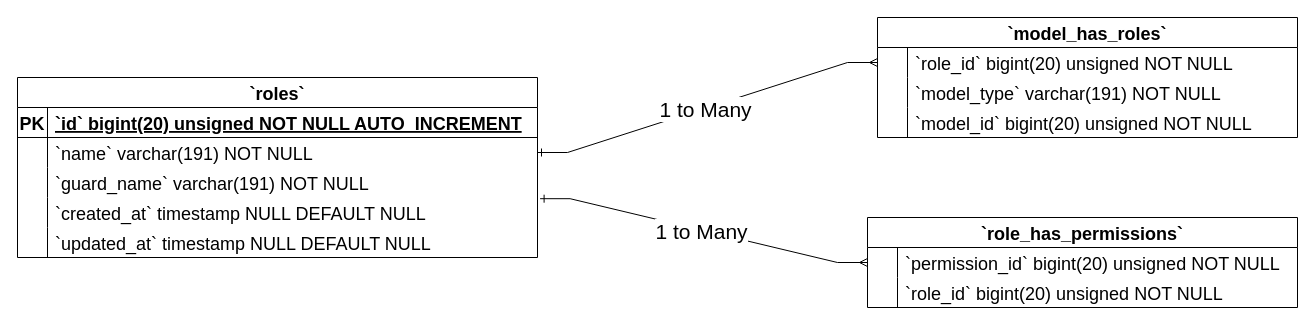
Before: Roles ERD Diagram.drawio in Simasco/diagram, a draw.io diagram. Source tidied: cells renumbered, new cells numbered last; positions are measured from the earlier drawing's top-left corner, leaving out a move shared by most shapes. Both pictures are drawn from the tidied source at 100%, with x=0, y=0 at pixel (17, 17).
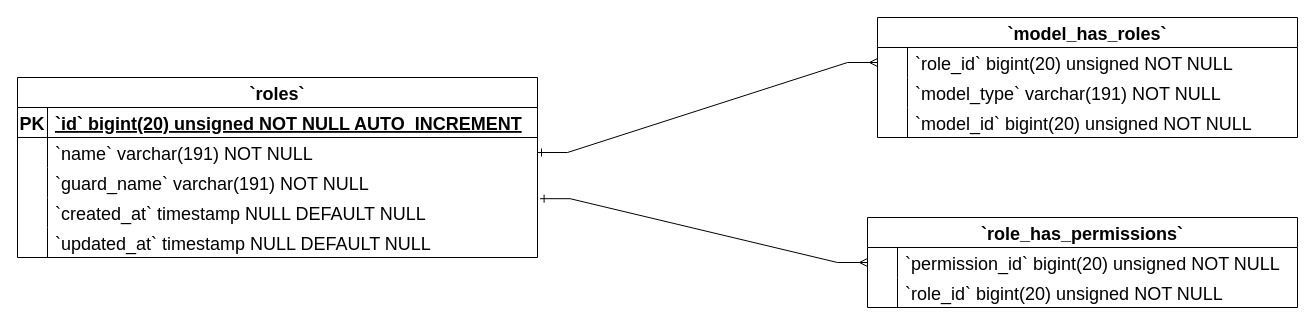
The same diagram, later.

Unchanged cells that the change refers to:
```xml
<mxCell id="35" style="edgeStyle=entityRelationEdgeStyle;fontSize=12;html=1;endArrow=ERmany;rounded=0;entryX=0;entryY=0.5;entryDx=0;entryDy=0;exitX=1.005;exitY=0.04;exitDx=0;exitDy=0;exitPerimeter=0;endFill=0;startArrow=ERone;startFill=0;" parent="1" edge="1" source="12" target="29">
  <mxGeometry relative="1" as="geometry" />
</mxCell>
<mxCell id="37" style="edgeStyle=entityRelationEdgeStyle;fontSize=12;html=1;endArrow=ERmany;rounded=0;entryX=0;entryY=0.5;entryDx=0;entryDy=0;exitX=1;exitY=0.5;exitDx=0;exitDy=0;endFill=0;startArrow=ERone;startFill=0;" parent="1" edge="1" source="6" target="19">
  <mxGeometry relative="1" as="geometry" />
</mxCell>
```

The edit, as a diff of the source:
```diff
@@
-    <mxCell id="36" value="&lt;font style=&quot;font-size: 21px;&quot;&gt;1 to Many&lt;/font&gt;" style="edgeLabel;html=1;align=center;verticalAlign=middle;" parent="35" vertex="1">
-      <mxGeometry x="-0.01" y="-1" relative="1" as="geometry">
-        <mxPoint x="-1" as="offset" />
-      </mxGeometry>
-    </mxCell>
@@
-    <mxCell id="38" value="&lt;font style=&quot;font-size: 21px;&quot;&gt;1 to Many&lt;/font&gt;" style="edgeLabel;html=1;align=center;verticalAlign=middle;" parent="37" vertex="1">
-      <mxGeometry x="-0.01" y="-1" relative="1" as="geometry">
-        <mxPoint x="-1" as="offset" />
-      </mxGeometry>
-    </mxCell>
```
